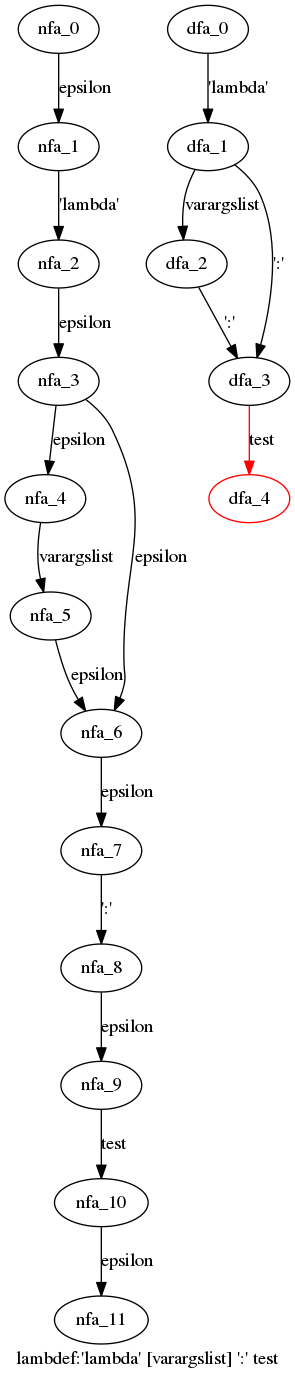
The Graphviz diagram cpython/grammar/handwrite/nfa_dfas/52.lambdef.dot.png in WinChua/blog, before a commit. Its source is kept beside it as cpython/grammar/handwrite/nfa_dfas/52.lambdef.dot. Its diagram source:
```dot
digraph lambdef {
 graph[label="lambdef:'lambda' [varargslist] ':' test"]
 subgraph lambdef_nfa {
  nfa_0->nfa_1[label="epsilon"]
  nfa_1->nfa_2[label="'lambda'"]
  nfa_2->nfa_3[label="epsilon"]
  nfa_3->nfa_4[label="epsilon"]
  nfa_4->nfa_5[label="varargslist"]
  nfa_5->nfa_6[label="epsilon"]
  nfa_6->nfa_7[label="epsilon"]
  nfa_7->nfa_8[label="':'"]
  nfa_8->nfa_9[label="epsilon"]
  nfa_9->nfa_10[label="test"]
  nfa_10->nfa_11[label="epsilon"]
  nfa_3->nfa_6[label="epsilon"]
  }
 subgraph lambdef_dfa {
  dfa_0->dfa_1[label="'lambda'"]
  dfa_1->dfa_2[label="varargslist"]
  dfa_2->dfa_3[label="':'"]
  dfa_3->dfa_4[label="test",color=red]
  dfa_1->dfa_3[label="':'"]
  dfa_4[color=red]
  }
}
```
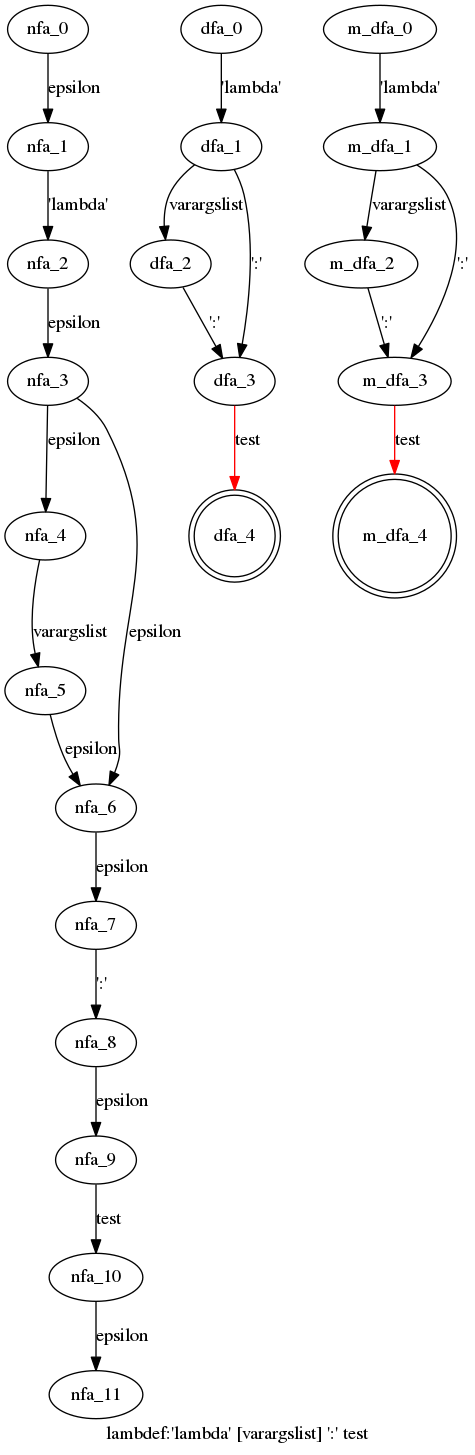
Above is the later version.

What changed in the source:
```diff
@@ -20,6 +20,14 @@
   dfa_2->dfa_3[label="':'"]
   dfa_3->dfa_4[label="test",color=red]
   dfa_1->dfa_3[label="':'"]
-  dfa_4[color=red]
+  dfa_4[shape=doublecircle]
+  }
+ subgraph lambdef_m_dfa {
+  m_dfa_0->m_dfa_1[label="'lambda'"]
+  m_dfa_1->m_dfa_2[label="varargslist"]
+  m_dfa_2->m_dfa_3[label="':'"]
+  m_dfa_3->m_dfa_4[label="test",color=red]
+  m_dfa_1->m_dfa_3[label="':'"]
+  m_dfa_4[shape=doublecircle]
   }
 }
```
